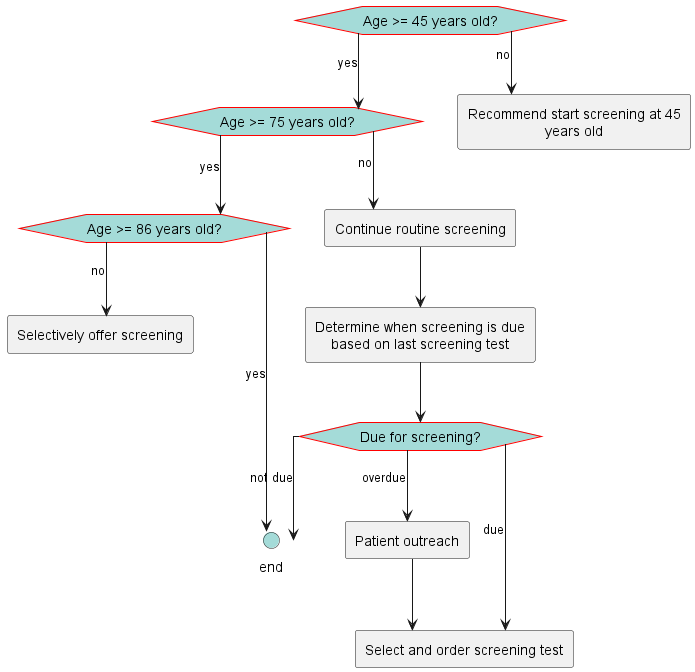
ccsm-cds-tools/CDC-Colorectal-Cancer-Screening-CDS-L2 keeps this PlantUML diagram as images/flow-USPSTFAvgRisk.png. Above is the earlier version. Source of this version:
```plantuml
@startuml
hide stereotype
skinparam linetype ortho
<style>
hexagon {
    MaximumWidth: 150
    BackGroundColor: A4DBD8
    LineThickness: 1
    LineColor: red
    HorizontalAlignment: center
}
rectangle {
    MaximumWidth: 250
    HorizontalAlignment: center
}
.end {
    BackGroundColor: #A4DBD8
}
</style>
hexagon "Age >= 45 years old?" as eve_AgeOver45 [[#eve-AgeOver45]]
hexagon "Age >= 75 years old?" as eve_AgeOver75 [[#eve-AgeOver75]]
hexagon "Age >= 86 years old?" as eve_Age86AndOlder [[#eve-Age86AndOlder]]
rectangle "Continue routine screening" as act_ContinueScreening [[#act-ContinueScreening]]
rectangle "Determine when screening is due based on last screening test" as act_DetermineDateForNextScreening [[#act-DetermineDateForNextScreening]]
hexagon "Due for screening? " as eve_DetermineIfDueForScreening [[#eve-DetermineIfDueForScreening]]
rectangle "Patient outreach" as act_patientOutreach [[#act-patientOutreach]]
rectangle "Recommend start screening at 45 years old" as act_RecommendStartScreeningAt45 [[#act-RecommendStartScreeningAt45]]
rectangle "Selectively offer screening" as act_SelectivelyOfferScreening [[#act-SelectivelyOfferScreening]]
circle "end" as end_1 <<end>>
rectangle "Select and order screening test" as act_PickScreeningMethod [[#act-PickScreeningMethod]]
eve_AgeOver45-->act_RecommendStartScreeningAt45: no
eve_AgeOver45-->eve_AgeOver75: yes
eve_AgeOver75-->act_ContinueScreening: no
eve_AgeOver75-->eve_Age86AndOlder: yes
eve_Age86AndOlder-->act_SelectivelyOfferScreening: no
eve_Age86AndOlder-->end_1: yes
act_ContinueScreening-->act_DetermineDateForNextScreening
act_DetermineDateForNextScreening-->eve_DetermineIfDueForScreening
eve_DetermineIfDueForScreening-->act_PickScreeningMethod: due
eve_DetermineIfDueForScreening-->end_1: not due
eve_DetermineIfDueForScreening-->act_patientOutreach: overdue
act_patientOutreach-->act_PickScreeningMethod
@enduml
```
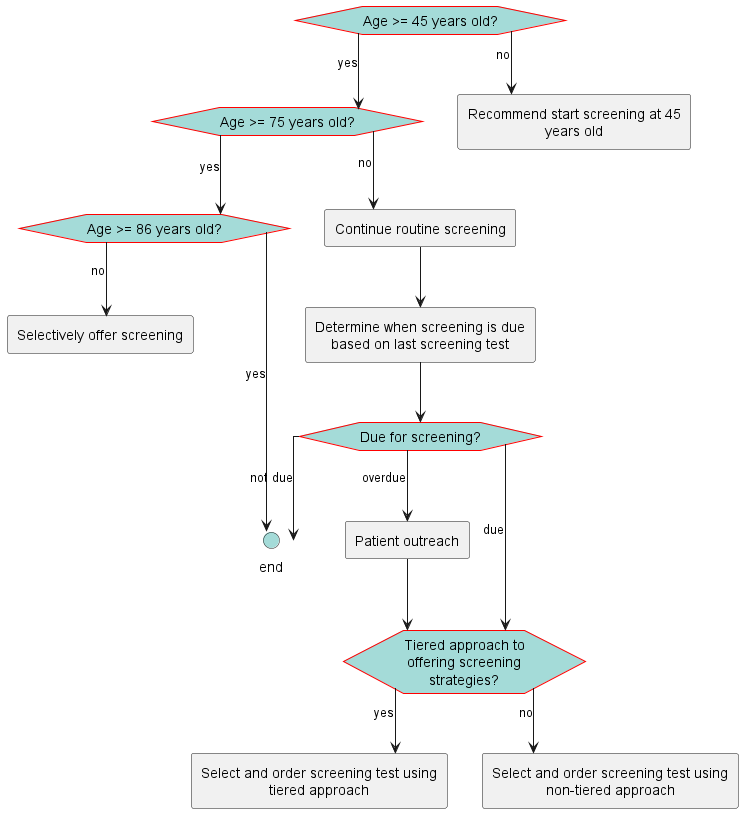
Later version of the same file.

What changed in the source:
```diff
@@ -24,10 +24,12 @@
 rectangle "Determine when screening is due based on last screening test" as act_DetermineDateForNextScreening [[#act-DetermineDateForNextScreening]]
 hexagon "Due for screening? " as eve_DetermineIfDueForScreening [[#eve-DetermineIfDueForScreening]]
 rectangle "Patient outreach" as act_patientOutreach [[#act-patientOutreach]]
+hexagon "Tiered approach to offering screening strategies?" as eve_TieredApproach [[#eve-TieredApproach]]
 rectangle "Recommend start screening at 45 years old" as act_RecommendStartScreeningAt45 [[#act-RecommendStartScreeningAt45]]
 rectangle "Selectively offer screening" as act_SelectivelyOfferScreening [[#act-SelectivelyOfferScreening]]
 circle "end" as end_1 <<end>>
-rectangle "Select and order screening test" as act_PickScreeningMethod [[#act-PickScreeningMethod]]
+rectangle "Select and order screening test using tiered approach" as act_PickScreeningMethodTiered [[#act-PickScreeningMethodTiered]]
+rectangle "Select and order screening test using non-tiered approach" as act_PickScreeningMethodNonTiered [[#act-PickScreeningMethodNonTiered]]
 eve_AgeOver45-->act_RecommendStartScreeningAt45: no
 eve_AgeOver45-->eve_AgeOver75: yes
 eve_AgeOver75-->act_ContinueScreening: no
@@ -36,8 +38,10 @@
 eve_Age86AndOlder-->end_1: yes
 act_ContinueScreening-->act_DetermineDateForNextScreening
 act_DetermineDateForNextScreening-->eve_DetermineIfDueForScreening
-eve_DetermineIfDueForScreening-->act_PickScreeningMethod: due
+eve_DetermineIfDueForScreening-->eve_TieredApproach: due
 eve_DetermineIfDueForScreening-->end_1: not due
 eve_DetermineIfDueForScreening-->act_patientOutreach: overdue
-act_patientOutreach-->act_PickScreeningMethod
+act_patientOutreach-->eve_TieredApproach
+eve_TieredApproach-->act_PickScreeningMethodTiered: yes
+eve_TieredApproach-->act_PickScreeningMethodNonTiered: no
 @enduml
```
